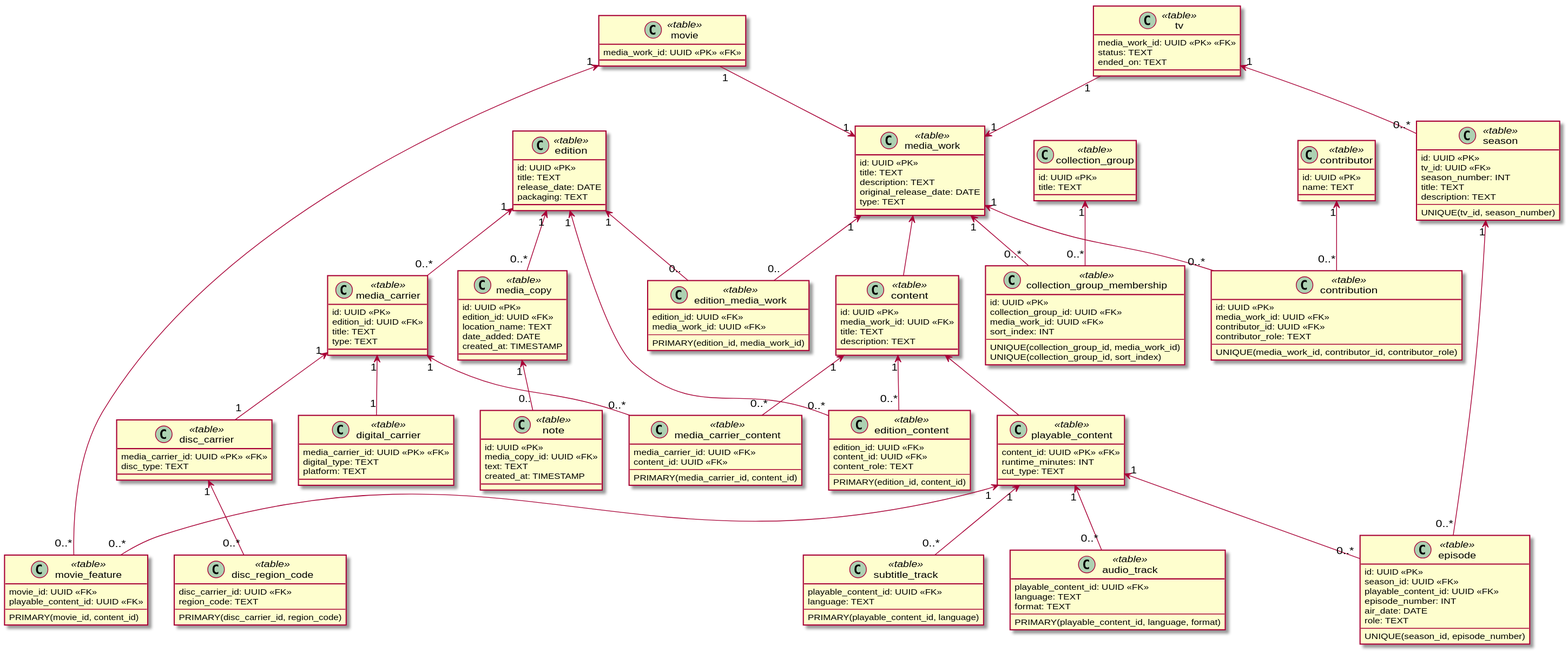
Above: docs/diagrams/data/main.data.svg in yantue/colleq (PlantUML), before the change.
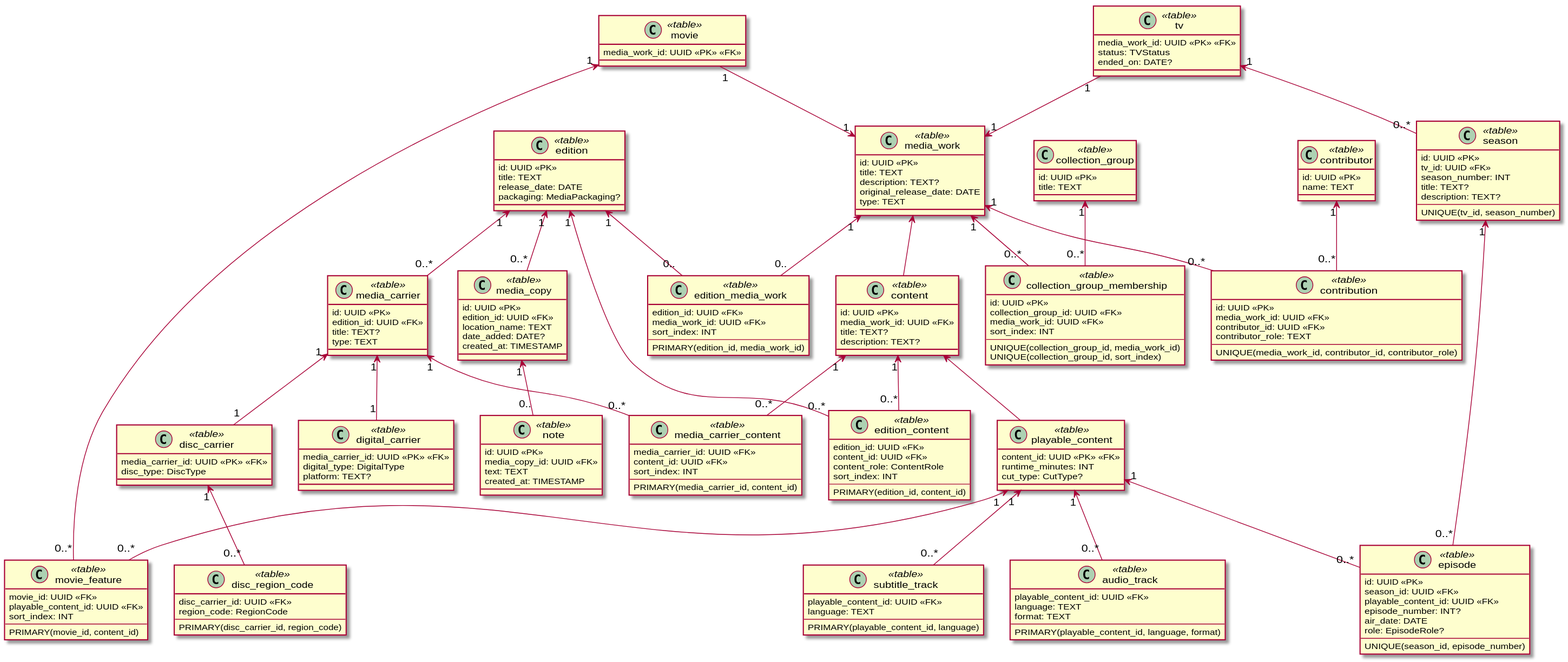
After the commit.

The edit, as a diff of the source:
```diff
@@ -36,12 +36,13 @@
     id: UUID <<PK>>
     title: TEXT
     release_date: DATE
-    packaging: TEXT
+    packaging: MediaPackaging?
 }
 
 class edition_media_work <<table>> {
     edition_id: UUID <<FK>>
     media_work_id: UUID <<FK>>
+    sort_index: INT
     --
     PRIMARY(edition_id, media_work_id)
 }
@@ -51,7 +52,8 @@
 class edition_content <<table>> {
     edition_id: UUID <<FK>>
     content_id: UUID <<FK>>
-    content_role: TEXT
+    content_role: ContentRole
+    sort_index: INT
     --
     PRIMARY(edition_id, content_id)
 }
@@ -61,7 +63,7 @@
 class media_carrier <<table>> {
     id: UUID <<PK>>
     edition_id: UUID <<FK>>
-    title: TEXT
+    title: TEXT?
     type: TEXT
 }
 
@@ -69,14 +71,14 @@
 
 class disc_carrier <<table>> {
     media_carrier_id: UUID <<PK>> <<FK>>
-    disc_type: TEXT
+    disc_type: DiscType
 }
 
 media_carrier "1" <-- "1" disc_carrier
 
 class disc_region_code <<table>> {
     disc_carrier_id: UUID <<FK>>
-    region_code: TEXT
+    region_code: RegionCode
     --
     PRIMARY(disc_carrier_id, region_code)
 }
@@ -85,8 +87,8 @@
 
 class digital_carrier <<table>> {
     media_carrier_id: UUID <<PK>> <<FK>>
-    digital_type: TEXT
-    platform: TEXT
+    digital_type: DigitalType
+    platform: TEXT?
 }
 
 media_carrier "1" <-- "1" digital_carrier
@@ -94,6 +96,7 @@
 class media_carrier_content <<table>> {
     media_carrier_id: UUID <<FK>>
     content_id: UUID <<FK>>
+    sort_index: INT
     --
     PRIMARY(media_carrier_id, content_id)
 }
@@ -110,7 +113,7 @@
     id: UUID <<PK>>
     edition_id: UUID <<FK>>
     location_name: TEXT
-    date_added: DATE
+    date_added: DATE?
     created_at: TIMESTAMP
 }
 
@@ -130,7 +133,7 @@
 class media_work <<table>> {
     id: UUID <<PK>>
     title: TEXT
-    description: TEXT
+    description: TEXT?
     original_release_date: DATE
     type: TEXT
 }
@@ -149,8 +152,8 @@
 class content <<table>> {
     id: UUID <<PK>>
     media_work_id: UUID <<FK>>
-    title: TEXT
-    description: TEXT
+    title: TEXT?
+    description: TEXT?
 }
 
 media_work <-- content
@@ -158,7 +161,7 @@
 class playable_content <<table>> {
     content_id: UUID <<PK>> <<FK>>
     runtime_minutes: INT
-    cut_type: TEXT
+    cut_type: CutType?
 }
 
 content <-- playable_content
@@ -191,6 +194,7 @@
 class movie_feature <<table>> {
      movie_id: UUID <<FK>>
      playable_content_id: UUID <<FK>>
+     sort_index: INT
      --
      PRIMARY(movie_id, content_id)
 }
@@ -200,8 +204,8 @@
 
 class tv <<table>> {
     media_work_id: UUID <<PK>> <<FK>>
-    status: TEXT
-    ended_on: TEXT
+    status: TVStatus
+    ended_on: DATE?
 }
 
 tv "1" --> "1" media_work
@@ -210,8 +214,8 @@
     id: UUID <<PK>>
     tv_id: UUID <<FK>>
     season_number: INT
-    title: TEXT
-    description: TEXT
+    title: TEXT?
+    description: TEXT?
     --
     UNIQUE(tv_id, season_number)
 }
@@ -222,9 +226,9 @@
     id: UUID <<PK>>
     season_id: UUID <<FK>>
     playable_content_id: UUID <<FK>>
-    episode_number: INT
+    episode_number: INT?
     air_date: DATE
-    role: TEXT
+    role: EpisodeRole?
     --
     UNIQUE(season_id, episode_number)
 }
```
